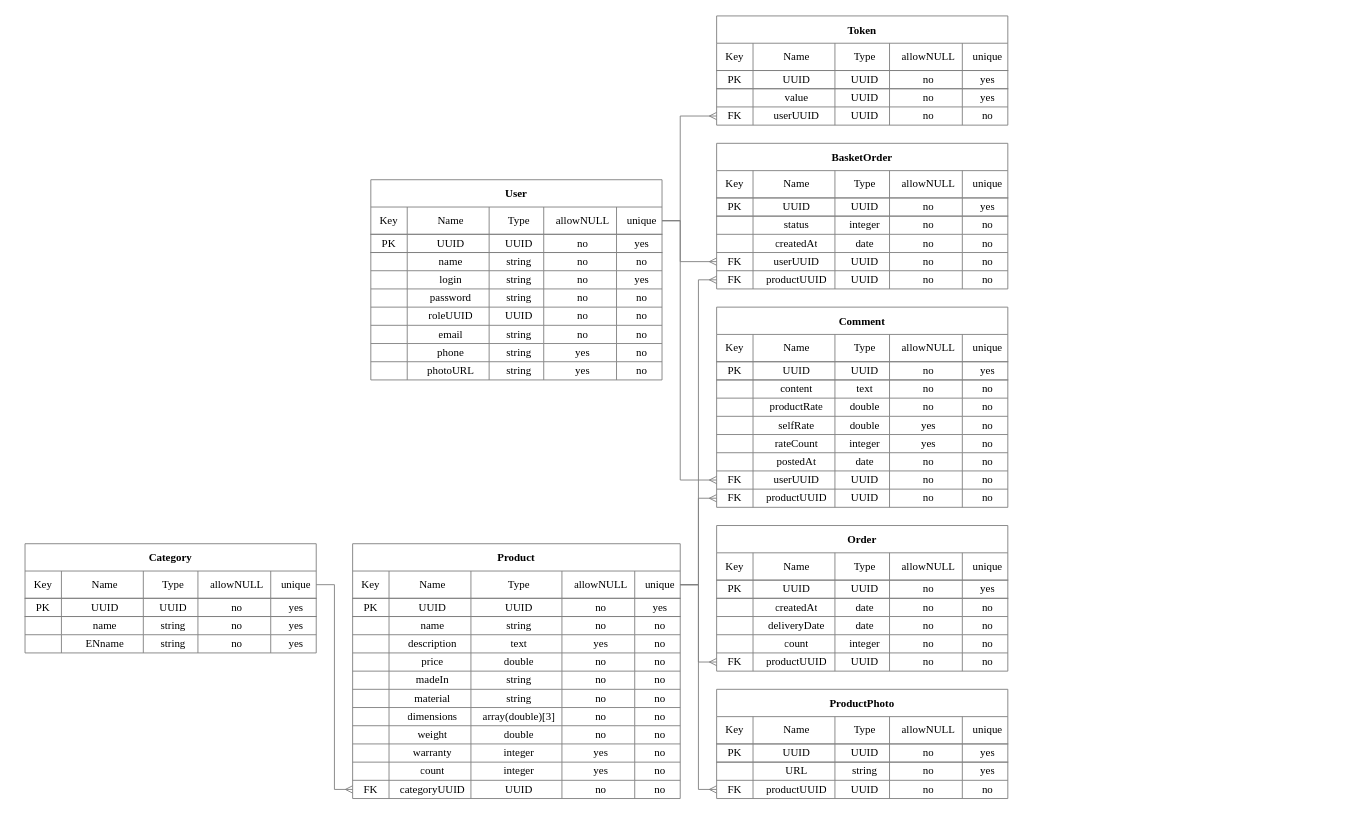
Before: other/db.drawio in chidleev/MyRoom2, a draw.io diagram. Source tidied: cells renumbered, new cells numbered last; positions are measured from the earlier drawing's top-left corner, leaving out a move shared by most shapes. Both pictures are drawn from the tidied source at 91%, with x=0, y=0 at pixel (25, 15).
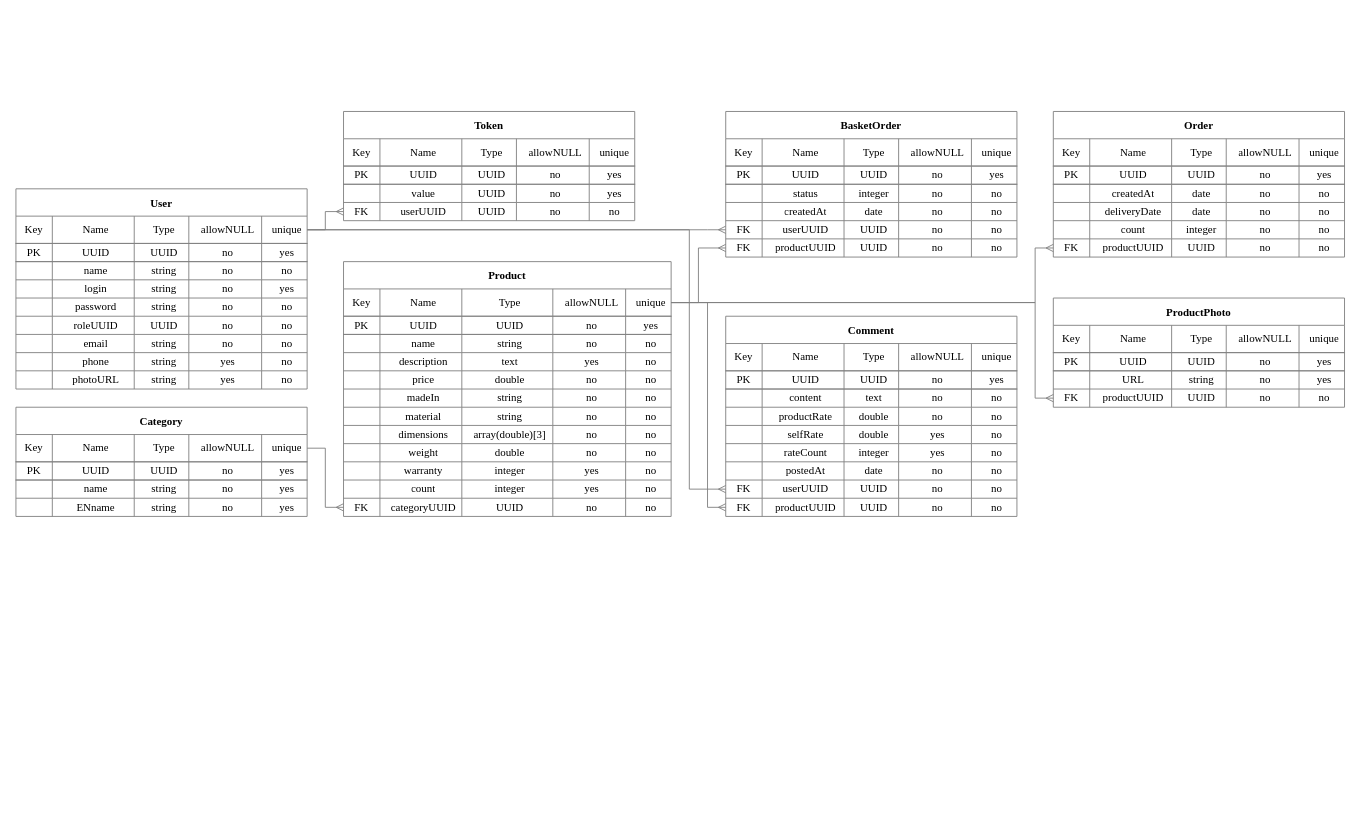
The same diagram, later.

Unchanged cells that the change refers to:
```xml
<mxCell id="3" style="shape=partialRectangle;html=1;whiteSpace=wrap;fillColor=none;top=0;left=0;bottom=1;right=0;points=[[0,0.5],[1,0.5]];portConstraint=eastwest;rounded=0;shadow=0;glass=0;sketch=0;align=center;fontFamily=Times New Roman;labelBackgroundColor=none;strokeColor=#808080;" parent="2" vertex="1">
  <mxGeometry y="30" width="320" height="30" as="geometry" />
</mxCell>
<mxCell id="76" style="shape=partialRectangle;html=1;whiteSpace=wrap;fillColor=none;top=0;left=0;bottom=0;right=0;points=[[0,0.5],[1,0.5]];portConstraint=eastwest;rounded=0;shadow=0;glass=0;sketch=0;align=center;fontFamily=Times New Roman;labelBackgroundColor=none;strokeColor=#808080;" parent="57" vertex="1">
  <mxGeometry y="100" width="320" height="20" as="geometry" />
</mxCell>
<mxCell id="125" style="shape=partialRectangle;html=1;whiteSpace=wrap;fillColor=none;top=0;left=0;bottom=0;right=0;points=[[0,0.5],[1,0.5]];portConstraint=eastwest;rounded=0;shadow=0;glass=0;sketch=0;align=center;fontFamily=Times New Roman;labelBackgroundColor=none;strokeColor=#808080;" parent="82" vertex="1">
  <mxGeometry y="180" width="320" height="20" as="geometry" />
</mxCell>
<mxCell id="131" style="shape=partialRectangle;html=1;whiteSpace=wrap;fillColor=none;top=0;left=0;bottom=0;right=0;points=[[0,0.5],[1,0.5]];portConstraint=eastwest;rounded=0;shadow=0;glass=0;sketch=0;align=center;fontFamily=Times New Roman;labelBackgroundColor=none;strokeColor=#808080;" parent="82" vertex="1">
  <mxGeometry y="200" width="320" height="20" as="geometry" />
</mxCell>
<mxCell id="169" style="shape=partialRectangle;html=1;whiteSpace=wrap;fillColor=none;top=0;left=0;bottom=0;right=0;points=[[0,0.5],[1,0.5]];portConstraint=eastwest;rounded=0;shadow=0;glass=0;sketch=0;align=center;fontFamily=Times New Roman;labelBackgroundColor=none;strokeColor=#808080;" parent="138" vertex="1">
  <mxGeometry y="140" width="320" height="20" as="geometry" />
</mxCell>
<mxCell id="177" style="shape=partialRectangle;html=1;whiteSpace=wrap;fillColor=none;top=0;left=0;bottom=1;right=0;points=[[0,0.5],[1,0.5]];portConstraint=eastwest;rounded=0;shadow=0;glass=0;sketch=0;align=center;fontFamily=Times New Roman;labelBackgroundColor=none;strokeColor=#808080;" parent="176" vertex="1">
  <mxGeometry y="30" width="360" height="30" as="geometry" />
</mxCell>
<mxCell id="243" style="shape=partialRectangle;html=1;whiteSpace=wrap;fillColor=none;top=0;left=0;bottom=0;right=0;points=[[0,0.5],[1,0.5]];portConstraint=eastwest;rounded=0;shadow=0;glass=0;sketch=0;align=center;fontFamily=Times New Roman;labelBackgroundColor=none;strokeColor=#808080;" parent="176" vertex="1">
  <mxGeometry y="260" width="360" height="20" as="geometry" />
</mxCell>
<mxCell id="268" style="shape=partialRectangle;html=1;whiteSpace=wrap;fillColor=none;top=0;left=0;bottom=0;right=0;points=[[0,0.5],[1,0.5]];portConstraint=eastwest;rounded=0;shadow=0;glass=0;sketch=0;align=center;fontFamily=Times New Roman;labelBackgroundColor=none;strokeColor=#808080;" parent="249" vertex="1">
  <mxGeometry y="100" width="320" height="20" as="geometry" />
</mxCell>
<mxCell id="277" style="shape=partialRectangle;html=1;whiteSpace=wrap;fillColor=none;top=0;left=0;bottom=1;right=0;points=[[0,0.5],[1,0.5]];portConstraint=eastwest;rounded=0;shadow=0;glass=0;sketch=0;align=center;fontFamily=Times New Roman;labelBackgroundColor=none;strokeColor=#808080;" parent="276" vertex="1">
  <mxGeometry y="30" width="320" height="30" as="geometry" />
</mxCell>
<mxCell id="327" style="shape=partialRectangle;html=1;whiteSpace=wrap;fillColor=none;top=0;left=0;bottom=0;right=0;points=[[0,0.5],[1,0.5]];portConstraint=eastwest;rounded=0;shadow=0;glass=0;sketch=0;align=center;fontFamily=Times New Roman;labelBackgroundColor=none;strokeColor=#808080;" parent="302" vertex="1">
  <mxGeometry y="120" width="320" height="20" as="geometry" />
</mxCell>
<mxCell id="333" style="shape=partialRectangle;html=1;whiteSpace=wrap;fillColor=none;top=0;left=0;bottom=0;right=0;points=[[0,0.5],[1,0.5]];portConstraint=eastwest;rounded=0;shadow=0;glass=0;sketch=0;align=center;fontFamily=Times New Roman;labelBackgroundColor=none;strokeColor=#808080;" parent="302" vertex="1">
  <mxGeometry y="140" width="320" height="20" as="geometry" />
</mxCell>
```

Change to the diagram source:
```diff
@@
-    <mxCell id="2" value="User" style="shape=table;startSize=30;childLayout=tableLayout;rowLines=1;fontStyle=1;align=center;rounded=0;shadow=0;glass=0;sketch=0;fontFamily=Times New Roman;labelBackgroundColor=none;strokeColor=#808080;" parent="1" vertex="1">
-      <mxGeometry x="380" y="180" width="320" height="220" as="geometry" />
+    <mxCell id="2" value="User" style="shape=table;startSize=30;childLayout=tableLayout;rowLines=1;fontStyle=1;align=center;rounded=0;shadow=0;glass=0;sketch=0;fontFamily=Times New Roman;labelBackgroundColor=none;strokeColor=#808080;fillColor=#FFFFFF;" parent="1" vertex="1">
+      <mxGeometry x="-10" y="190" width="320" height="220" as="geometry" />
     </mxCell>
@@
     <mxCell id="57" value="Token" style="shape=table;startSize=30;childLayout=tableLayout;rowLines=1;fontStyle=1;align=center;rounded=0;shadow=0;glass=0;sketch=0;fillColor=#ffffff;strokeColor=#808080;fontFamily=Times New Roman;labelBackgroundColor=none;" parent="1" vertex="1">
-      <mxGeometry x="760" width="320" height="120" as="geometry" />
+      <mxGeometry x="350" y="105" width="320" height="120" as="geometry" />
     </mxCell>
@@
     <mxCell id="82" value="Comment" style="shape=table;startSize=30;childLayout=tableLayout;rowLines=1;fontStyle=1;align=center;rounded=0;shadow=0;glass=0;sketch=0;fillColor=#ffffff;strokeColor=#808080;fontFamily=Times New Roman;labelBackgroundColor=none;" parent="1" vertex="1">
-      <mxGeometry x="760" y="320" width="320" height="220" as="geometry" />
+      <mxGeometry x="770" y="330" width="320" height="220" as="geometry" />
     </mxCell>
@@
     <mxCell id="137" style="edgeStyle=orthogonalEdgeStyle;rounded=0;jettySize=auto;html=1;exitX=1;exitY=0.5;exitDx=0;exitDy=0;entryX=0;entryY=0.5;entryDx=0;entryDy=0;startSize=30;endArrow=ERmany;endFill=0;fontFamily=Times New Roman;labelBackgroundColor=none;strokeColor=#808080;" parent="1" edge="1" source="3" target="76">
       <mxGeometry relative="1" as="geometry">
         <Array as="points">
-          <mxPoint x="720" y="225" />
-          <mxPoint x="720" y="110" />
+          <mxPoint x="330" y="235" />
+          <mxPoint x="330" y="215" />
         </Array>
       </mxGeometry>
     </mxCell>
     <mxCell id="138" value="Order" style="shape=table;startSize=30;childLayout=tableLayout;rowLines=1;fontStyle=1;align=center;rounded=0;shadow=0;glass=0;sketch=0;fillColor=#ffffff;strokeColor=#808080;fontFamily=Times New Roman;labelBackgroundColor=none;" parent="1" vertex="1">
-      <mxGeometry x="760" y="560" width="320" height="160" as="geometry" />
+      <mxGeometry x="1130" y="105" width="320" height="160" as="geometry" />
     </mxCell>
@@
     <mxCell id="175" style="edgeStyle=orthogonalEdgeStyle;rounded=0;jettySize=auto;html=1;exitX=1;exitY=0.5;exitDx=0;exitDy=0;entryX=0;entryY=0.5;entryDx=0;entryDy=0;startSize=30;endArrow=ERmany;endFill=0;fontFamily=Times New Roman;labelBackgroundColor=none;strokeColor=#808080;" parent="1" edge="1" source="3" target="125">
       <mxGeometry relative="1" as="geometry">
         <Array as="points">
-          <mxPoint x="720" y="225" />
-          <mxPoint x="720" y="510" />
+          <mxPoint x="730" y="235" />
+          <mxPoint x="730" y="520" />
         </Array>
       </mxGeometry>
     </mxCell>
     <mxCell id="176" value="Product" style="shape=table;startSize=30;childLayout=tableLayout;rowLines=1;fontStyle=1;align=center;rounded=0;shadow=0;glass=0;sketch=0;fillColor=#ffffff;strokeColor=#808080;fontFamily=Times New Roman;labelBackgroundColor=none;" parent="1" vertex="1">
-      <mxGeometry x="360" y="580" width="360" height="280" as="geometry" />
+      <mxGeometry x="350" y="270" width="360" height="280" as="geometry" />
     </mxCell>
@@
     <mxCell id="249" value="ProductPhoto" style="shape=table;startSize=30;childLayout=tableLayout;rowLines=1;fontStyle=1;align=center;rounded=0;shadow=0;glass=0;sketch=0;fillColor=#ffffff;strokeColor=#808080;fontFamily=Times New Roman;labelBackgroundColor=none;" parent="1" vertex="1">
-      <mxGeometry x="760" y="740" width="320" height="120" as="geometry" />
+      <mxGeometry x="1130" y="310" width="320" height="120" as="geometry" />
     </mxCell>
@@
     <mxCell id="274" style="edgeStyle=orthogonalEdgeStyle;rounded=0;jettySize=auto;html=1;exitX=1;exitY=0.5;exitDx=0;exitDy=0;entryX=0;entryY=0.5;entryDx=0;entryDy=0;labelBackgroundColor=none;fontFamily=Times New Roman;endArrow=ERmany;endFill=0;startSize=30;strokeColor=#808080;" parent="1" edge="1" source="177" target="268">
-      <mxGeometry relative="1" as="geometry" />
+      <mxGeometry relative="1" as="geometry">
+        <Array as="points">
+          <mxPoint x="1110" y="315" />
+          <mxPoint x="1110" y="420" />
+        </Array>
+      </mxGeometry>
     </mxCell>
     <mxCell id="275" style="edgeStyle=orthogonalEdgeStyle;rounded=0;jettySize=auto;html=1;exitX=1;exitY=0.5;exitDx=0;exitDy=0;entryX=0;entryY=0.5;entryDx=0;entryDy=0;labelBackgroundColor=none;fontFamily=Times New Roman;endArrow=ERmany;endFill=0;startSize=30;strokeColor=#808080;" parent="1" edge="1" source="177" target="131">
-      <mxGeometry relative="1" as="geometry" />
+      <mxGeometry relative="1" as="geometry">
+        <Array as="points">
+          <mxPoint x="750" y="315" />
+          <mxPoint x="750" y="540" />
+        </Array>
+      </mxGeometry>
     </mxCell>
     <mxCell id="276" value="Category" style="shape=table;startSize=30;childLayout=tableLayout;rowLines=1;fontStyle=1;align=center;rounded=0;shadow=0;glass=0;sketch=0;fillColor=#ffffff;strokeColor=#808080;fontFamily=Times New Roman;labelBackgroundColor=none;" parent="1" vertex="1">
-      <mxGeometry y="580" width="320" height="120" as="geometry" />
+      <mxGeometry x="-10" y="430" width="320" height="120" as="geometry" />
     </mxCell>
@@
     <mxCell id="301" style="edgeStyle=orthogonalEdgeStyle;rounded=0;jettySize=auto;html=1;exitX=1;exitY=0.5;exitDx=0;exitDy=0;entryX=0;entryY=0.5;entryDx=0;entryDy=0;labelBackgroundColor=none;fontFamily=Times New Roman;endArrow=ERmany;endFill=0;startSize=30;strokeColor=#808080;" parent="1" edge="1" source="277" target="243">
-      <mxGeometry relative="1" as="geometry" />
+      <mxGeometry relative="1" as="geometry">
+        <Array as="points">
+          <mxPoint x="330" y="475" />
+          <mxPoint x="330" y="540" />
+        </Array>
+      </mxGeometry>
     </mxCell>
     <mxCell id="302" value="BasketOrder" style="shape=table;startSize=30;childLayout=tableLayout;rowLines=1;fontStyle=1;align=center;rounded=0;shadow=0;glass=0;sketch=0;fillColor=#ffffff;strokeColor=#808080;fontFamily=Times New Roman;labelBackgroundColor=none;" parent="1" vertex="1">
-      <mxGeometry x="760" y="140" width="320" height="160" as="geometry" />
+      <mxGeometry x="770" y="105" width="320" height="160" as="geometry" />
     </mxCell>
@@
     <mxCell id="339" style="edgeStyle=orthogonalEdgeStyle;rounded=0;jettySize=auto;html=1;exitX=1;exitY=0.5;exitDx=0;exitDy=0;entryX=0;entryY=0.5;entryDx=0;entryDy=0;labelBackgroundColor=none;fontFamily=Times New Roman;endArrow=ERmany;endFill=0;startSize=30;strokeColor=#808080;" parent="1" edge="1" source="177" target="333">
-      <mxGeometry relative="1" as="geometry" />
+      <mxGeometry relative="1" as="geometry">
+        <Array as="points">
+          <mxPoint x="740" y="315" />
+          <mxPoint x="740" y="255" />
+        </Array>
+      </mxGeometry>
     </mxCell>
     <mxCell id="340" style="edgeStyle=orthogonalEdgeStyle;rounded=0;jettySize=auto;html=1;exitX=1;exitY=0.5;exitDx=0;exitDy=0;entryX=0;entryY=0.5;entryDx=0;entryDy=0;labelBackgroundColor=none;fontFamily=Times New Roman;endArrow=ERmany;endFill=0;startSize=30;strokeColor=#808080;" parent="1" edge="1" source="3" target="327">
       <mxGeometry relative="1" as="geometry">
         <Array as="points">
-          <mxPoint x="720" y="225" />
-          <mxPoint x="720" y="270" />
+          <mxPoint x="750" y="235" />
         </Array>
       </mxGeometry>
     </mxCell>
     <mxCell id="341" style="edgeStyle=orthogonalEdgeStyle;rounded=0;jettySize=auto;html=1;exitX=1;exitY=0.5;exitDx=0;exitDy=0;entryX=0;entryY=0.5;entryDx=0;entryDy=0;labelBackgroundColor=none;fontFamily=Times New Roman;endArrow=ERmany;endFill=0;startSize=30;strokeColor=#808080;" parent="1" edge="1" source="177" target="169">
-      <mxGeometry relative="1" as="geometry" />
+      <mxGeometry relative="1" as="geometry">
+        <Array as="points">
+          <mxPoint x="1110" y="315" />
+          <mxPoint x="1110" y="255" />
+        </Array>
+      </mxGeometry>
     </mxCell>
```
